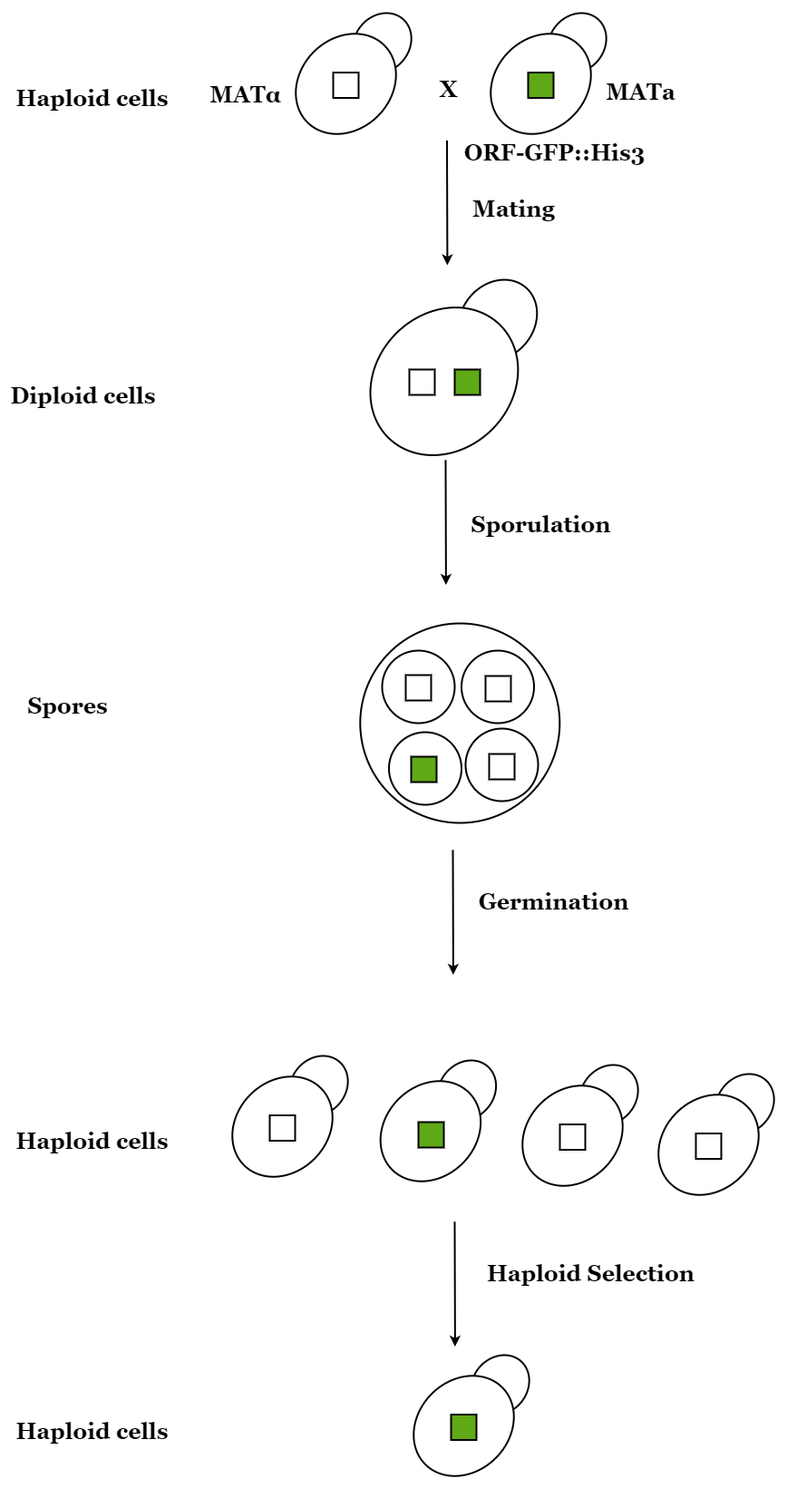
Above: assets/sporulation_library.png in AcubeSAT/yeast-biology (draw.io), before the change. Source tidied: cells renumbered, new cells last; positions are measured from the earlier drawing's top-left corner, leaving out a move shared by most shapes.
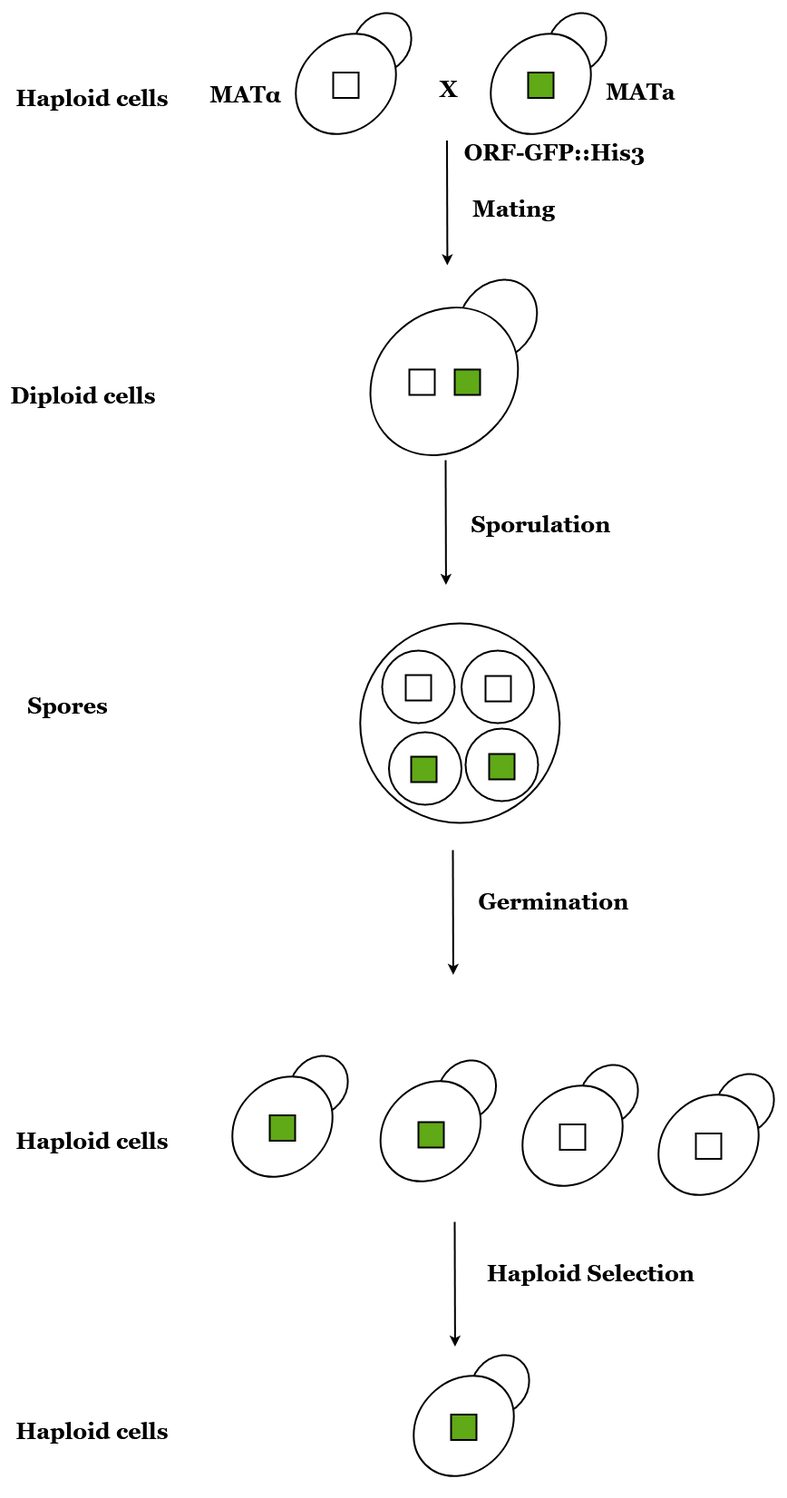
After the commit.

The edit, as a diff of the source:
```diff
@@ -107,7 +107,7 @@
     <mxCell id="32" style="whiteSpace=wrap;html=1;strokeColor=#000000;direction=south;fillColor=#FFFFFF;fontFamily=Georgia;fontSize=25;fontStyle=1;strokeWidth=2;" parent="1" vertex="1">
       <mxGeometry x="534" y="728" width="28" height="28" as="geometry" />
     </mxCell>
-    <mxCell id="33" style="whiteSpace=wrap;html=1;strokeColor=#000000;direction=south;fillColor=#FFFFFF;fontFamily=Georgia;fontSize=25;fontStyle=1;strokeWidth=2;" parent="1" vertex="1">
+    <mxCell id="33" style="whiteSpace=wrap;html=1;strokeColor=#000000;direction=south;fontFamily=Georgia;fontSize=25;fontStyle=1;strokeWidth=2;fillColor=#60A917;" parent="1" vertex="1">
       <mxGeometry x="538" y="814" width="28" height="28" as="geometry" />
     </mxCell>
     <mxCell id="34" style="whiteSpace=wrap;html=1;strokeColor=#000000;fillColor=#60A917;direction=south;fontFamily=Georgia;fontSize=25;fontStyle=1;strokeWidth=2;" parent="1" vertex="1">
@@ -119,7 +119,7 @@
     <mxCell id="36" style="ellipse;whiteSpace=wrap;html=1;direction=north;rotation=-45;fillColor=#FFFFFF;fontFamily=Georgia;fontSize=25;fontStyle=1;strokeWidth=2;" parent="1" vertex="1">
       <mxGeometry x="250" y="1175" width="120" height="100" as="geometry" />
     </mxCell>
-    <mxCell id="37" style="whiteSpace=wrap;html=1;strokeColor=#000000;direction=south;fillColor=#FFFFFF;fontFamily=Georgia;fontSize=25;fontStyle=1;strokeWidth=2;" parent="1" vertex="1">
+    <mxCell id="37" style="whiteSpace=wrap;html=1;strokeColor=#000000;direction=south;fontFamily=Georgia;fontSize=25;fontStyle=1;strokeWidth=2;fillColor=#60A917;" parent="1" vertex="1">
       <mxGeometry x="296" y="1212.5" width="28" height="28" as="geometry" />
     </mxCell>
     <mxCell id="38" style="ellipse;whiteSpace=wrap;html=1;rotation=130;direction=south;fillColor=#FFFFFF;fontFamily=Georgia;fontSize=25;fontStyle=1;strokeWidth=2;" parent="1" vertex="1">
```
